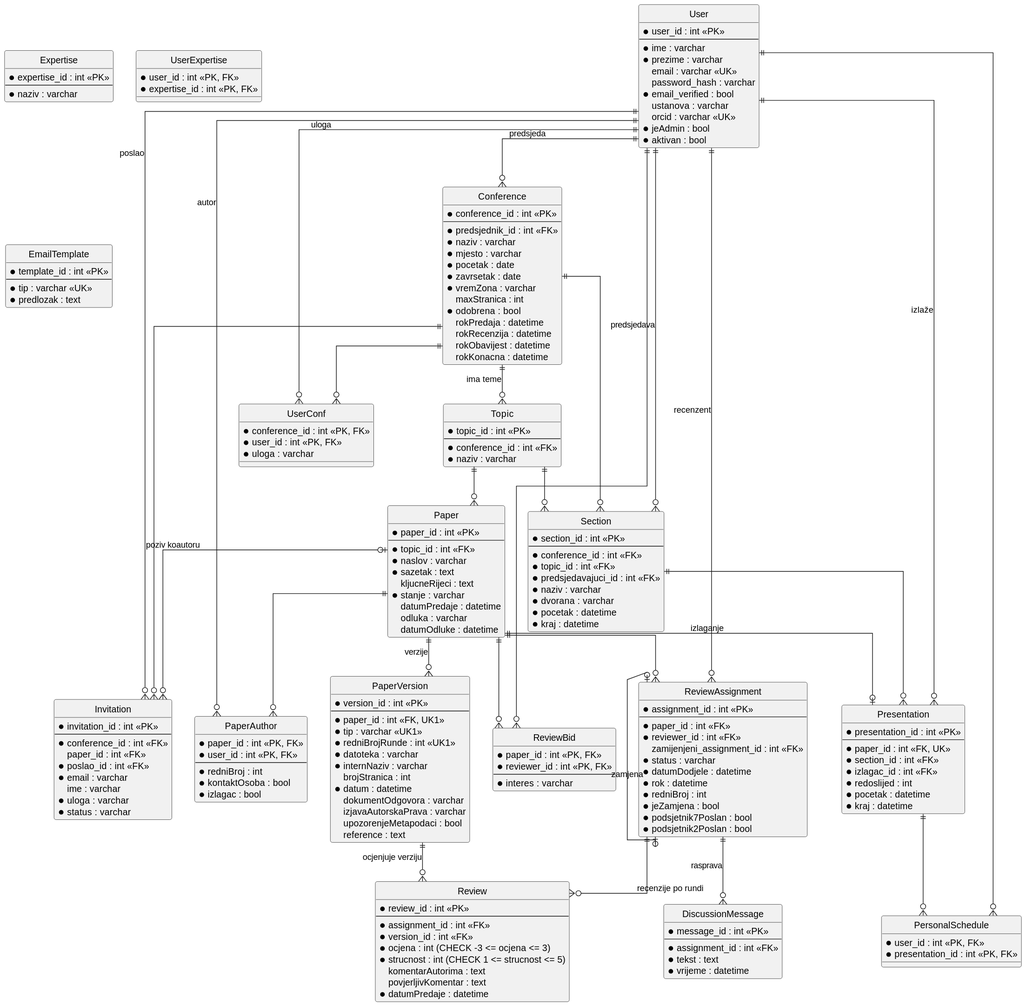
MatejCuric/KonfTrack-Grupa-12.1 keeps this PlantUML diagram as docs/assets/diagrams/4-2-Konftrack-data-ERD.svg. Above is the earlier version. Its diagram source:
```plantuml
@startuml
hide circle
skinparam linetype ortho
skinparam roundcorner 6
skinparam entity {
  BackgroundColor #F7F7F7
  BorderColor #444444
}

entity "User" as User {
  * user_id : int <<PK>>
  --
  * ime : varchar
  * prezime : varchar
  email : varchar <<UK>>
  password_hash : varchar
  * email_verified : bool
  ustanova : varchar
  orcid : varchar <<UK>>
  * jeAdmin : bool
  * aktivan : bool
}

entity "Expertise" as Expertise {
  * expertise_id : int <<PK>>
  --
  * naziv : varchar
}

entity "UserExpertise" as UserExpertise {
  * user_id : int <<PK, FK>>
  * expertise_id : int <<PK, FK>>
}

entity "Conference" as Conference {
  * conference_id : int <<PK>>
  --
  * predsjednik_id : int <<FK>>
  * naziv : varchar
  * mjesto : varchar
  * pocetak : date
  * zavrsetak : date
  * vremZona : varchar
  maxStranica : int
  * odobrena : bool
  rokPredaja : datetime
  rokRecenzija : datetime
  rokObavijest : datetime
  rokKonacna : datetime
}

entity "Topic" as Topic {
  * topic_id : int <<PK>>
  --
  * conference_id : int <<FK>>
  * naziv : varchar
}

entity "UserConf" as UserConf {
  * conference_id : int <<PK, FK>>
  * user_id : int <<PK, FK>>
  * uloga : varchar
}

entity "Invitation" as Invitation {
  * invitation_id : int <<PK>>
  --
  * conference_id : int <<FK>>
  paper_id : int <<FK>>
  * poslao_id : int <<FK>>
  * email : varchar
  ime : varchar
  * uloga : varchar
  * status : varchar
}

entity "Paper" as Paper {
  * paper_id : int <<PK>>
  --
  * topic_id : int <<FK>>
  * naslov : varchar
  * sazetak : text
  kljucneRijeci : text
  * stanje : varchar
  datumPredaje : datetime
  odluka : varchar
  datumOdluke : datetime
}

entity "PaperAuthor" as PaperAuthor {
  * paper_id : int <<PK, FK>>
  * user_id : int <<PK, FK>>
  --
  * redniBroj : int
  * kontaktOsoba : bool
  * izlagac : bool
}

entity "PaperVersion" as PaperVersion {
  * version_id : int <<PK>>
  --
  * paper_id : int <<FK, UK1>>
  * tip : varchar <<UK1>>
  * redniBrojRunde : int <<UK1>>
  * datoteka : varchar
  * internNaziv : varchar
  brojStranica : int
  * datum : datetime
  dokumentOdgovora : varchar
  izjavaAutorskaPrava : varchar
  upozorenjeMetapodaci : bool
  reference : text
}

entity "ReviewBid" as ReviewBid {
  * paper_id : int <<PK, FK>>
  * reviewer_id : int <<PK, FK>>
  --
  * interes : varchar
}

entity "ReviewAssignment" as ReviewAssignment {
  * assignment_id : int <<PK>>
  --
  * paper_id : int <<FK>>
  * reviewer_id : int <<FK>>
  zamijenjeni_assignment_id : int <<FK>>
  * status : varchar
  * datumDodjele : datetime
  * rok : datetime
  * redniBroj : int
  * jeZamjena : bool
  * podsjetnik7Poslan : bool
  * podsjetnik2Poslan : bool
}

entity "Review" as Review {
  * review_id : int <<PK>>
  --
  * assignment_id : int <<FK>>
  * version_id : int <<FK>>
  * ocjena : int  (CHECK -3 <= ocjena <= 3)
  * strucnost : int (CHECK 1 <= strucnost <= 5)
  komentarAutorima : text
  povjerljivKomentar : text
  * datumPredaje : datetime
}

entity "DiscussionMessage" as DiscussionMessage {
  * message_id : int <<PK>>
  --
  * assignment_id : int <<FK>>
  * tekst : text
  * vrijeme : datetime
}

entity "Section" as Section {
  * section_id : int <<PK>>
  --
  * conference_id : int <<FK>>
  * topic_id : int <<FK>>
  * predsjedavajuci_id : int <<FK>>
  * naziv : varchar
  * dvorana : varchar
  * pocetak : datetime
  * kraj : datetime
}

entity "Presentation" as Presentation {
  * presentation_id : int <<PK>>
  --
  * paper_id : int <<FK, UK>>
  * section_id : int <<FK>>
  * izlagac_id : int <<FK>>
  * redoslijed : int
  * pocetak : datetime
  * kraj : datetime
}

entity "PersonalSchedule" as PersonalSchedule {
  * user_id : int <<PK, FK>>
  * presentation_id : int <<PK, FK>>
}
entity "EmailTemplate" as EmailTemplate {
  * template_id : int <<PK>>
  --
  * tip : varchar <<UK>>
  * predlozak : text
}



User ||--o{ Conference : predsjeda
Conference ||--o{ Topic : ima teme
Conference ||--o{ UserConf
User ||--o{ UserConf : uloga
Conference ||--o{ Invitation
User ||--o{ Invitation : poslao
Paper |o--o{ Invitation : poziv koautoru

Topic ||--o{ Paper
Paper ||--o{ PaperAuthor
User ||--o{ PaperAuthor : autor
Paper ||--o{ PaperVersion : verzije

Paper ||--o{ ReviewBid
User ||--o{ ReviewBid
Paper ||--o{ ReviewAssignment
User ||--o{ ReviewAssignment : recenzent
ReviewAssignment |o--o| ReviewAssignment : zamjena
ReviewAssignment ||--o{ Review : recenzije po rundi
PaperVersion ||--o{ Review : ocjenjuje verziju
ReviewAssignment ||--o{ DiscussionMessage : rasprava

Conference ||--o{ Section
Topic ||--o{ Section
User ||--o{ Section : predsjedava
Section ||--o{ Presentation
Paper ||--o| Presentation : izlaganje
User ||--o{ Presentation : izlaže
User ||--o{ PersonalSchedule
Presentation ||--o{ PersonalSchedule
@enduml
```
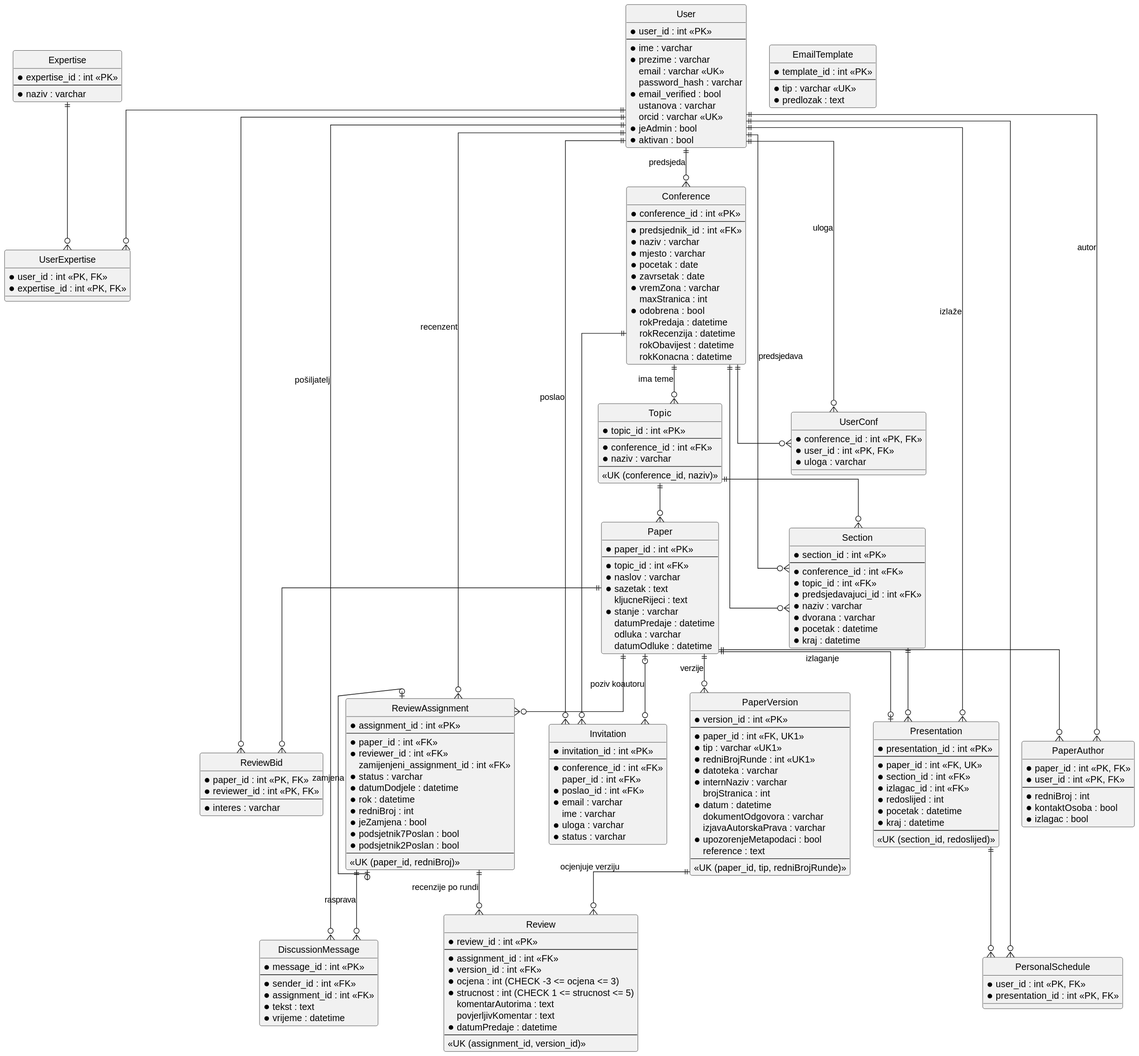
After the change.

Commit message:
Promjene u ERD dijagramu

Change to the diagram source:
```diff
@@ -54,6 +54,8 @@
   --
   * conference_id : int <<FK>>
   * naziv : varchar
+  --
+  <<UK (conference_id, naziv)>>
 }
 
 entity "UserConf" as UserConf {
@@ -108,8 +110,10 @@
   * datum : datetime
   dokumentOdgovora : varchar
   izjavaAutorskaPrava : varchar
-  upozorenjeMetapodaci : bool
+  * upozorenjeMetapodaci : bool
   reference : text
+  --
+  <<UK (paper_id, tip, redniBrojRunde)>>
 }
 
 entity "ReviewBid" as ReviewBid {
@@ -132,6 +136,8 @@
   * jeZamjena : bool
   * podsjetnik7Poslan : bool
   * podsjetnik2Poslan : bool
+  --
+  <<UK (paper_id, redniBroj)>>
 }
 
 entity "Review" as Review {
@@ -144,11 +150,14 @@
   komentarAutorima : text
   povjerljivKomentar : text
   * datumPredaje : datetime
+  --
+  <<UK (assignment_id, version_id)>>
 }
 
 entity "DiscussionMessage" as DiscussionMessage {
   * message_id : int <<PK>>
   --
+  * sender_id : int <<FK>>
   * assignment_id : int <<FK>>
   * tekst : text
   * vrijeme : datetime
@@ -175,6 +184,8 @@
   * redoslijed : int
   * pocetak : datetime
   * kraj : datetime
+  --
+  <<UK (section_id, redoslijed)>>
 }
 
 entity "PersonalSchedule" as PersonalSchedule {
@@ -189,6 +200,8 @@
 }
 
 
+User ||--o{ UserExpertise
+Expertise ||--o{ UserExpertise
 
 User ||--o{ Conference : predsjeda
 Conference ||--o{ Topic : ima teme
@@ -211,6 +224,7 @@
 ReviewAssignment ||--o{ Review : recenzije po rundi
 PaperVersion ||--o{ Review : ocjenjuje verziju
 ReviewAssignment ||--o{ DiscussionMessage : rasprava
+User ||--o{ DiscussionMessage : pošiljatelj
 
 Conference ||--o{ Section
 Topic ||--o{ Section
```
